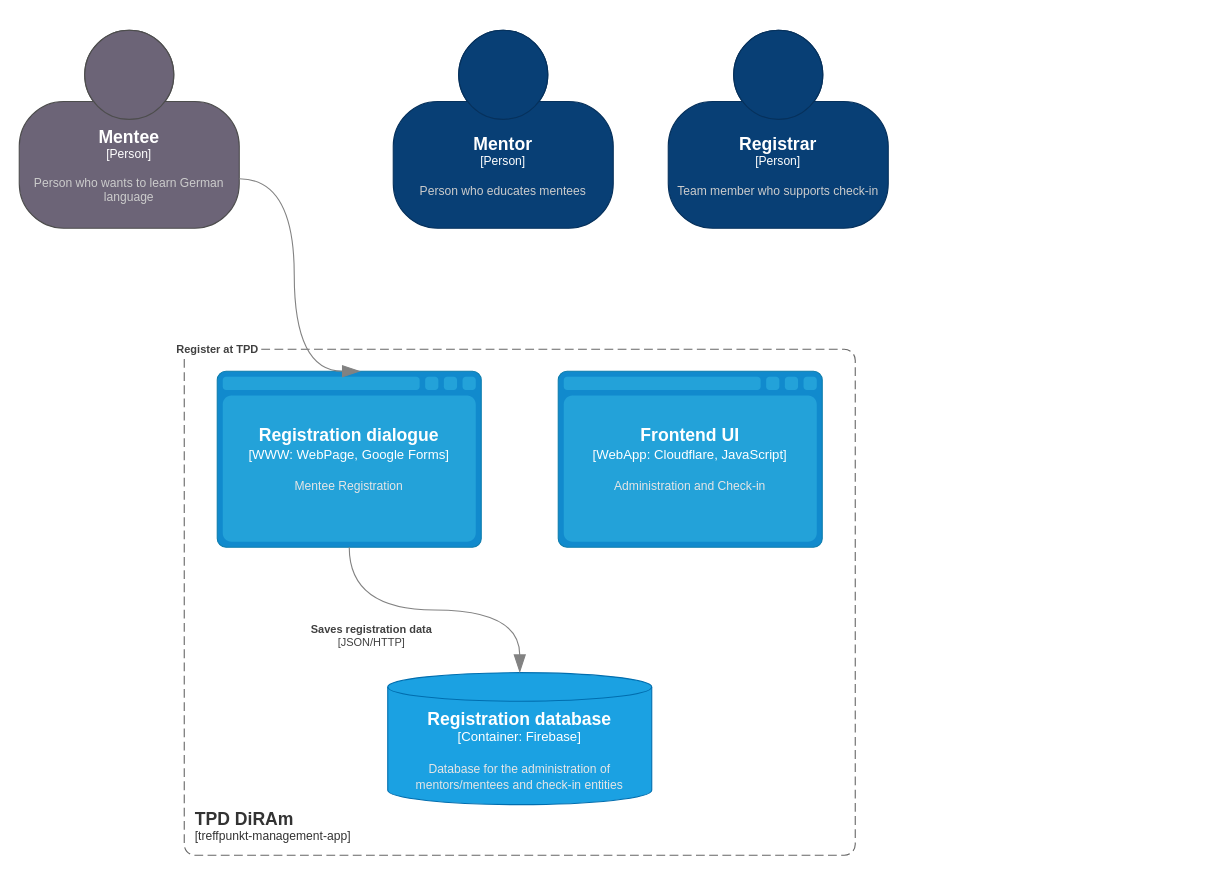
Above: TPD-DiRAm/architecture/top-level.drawio in Rajazzo/TPD (draw.io), before the change. Source tidied: cells renumbered, new cells numbered last; positions are measured from the earlier drawing's top-left corner, leaving out a move shared by most shapes. Both pictures are drawn from the tidied source at 110%, with x=0, y=0 at pixel (19, 30).
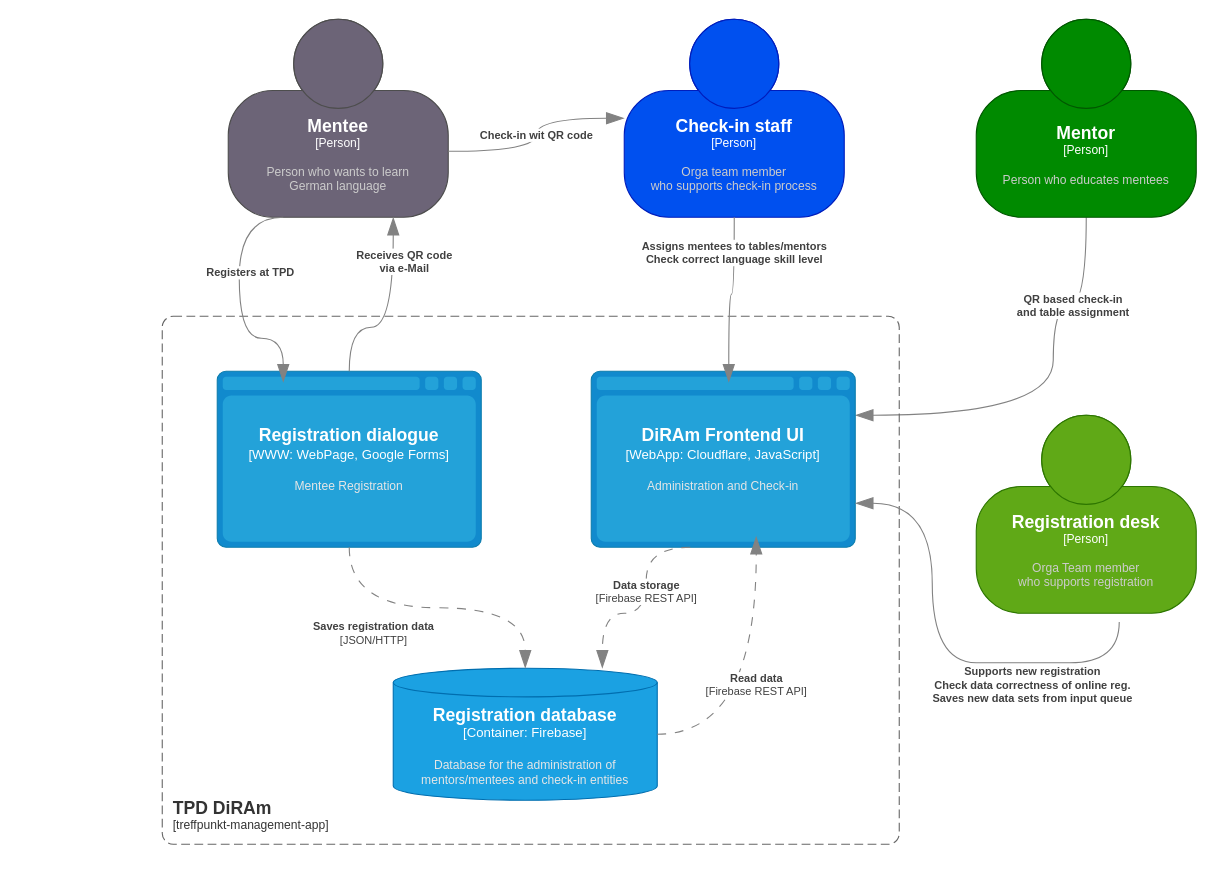
The same page after the edit.

Commit message:
top-level.drawio firstm draft

Unchanged cells that the change refers to:
```xml
<object id="8" label="&lt;font style=&quot;font-size: 16px&quot;&gt;&lt;b&gt;%c4Name%&lt;/b&gt;&lt;/font&gt;&lt;div&gt;[%c4Type%:&amp;nbsp;%c4Technology%]&lt;/div&gt;&lt;br&gt;&lt;div&gt;&lt;font style=&quot;font-size: 11px&quot;&gt;&lt;font color=&quot;#E6E6E6&quot;&gt;%c4Description%&lt;/font&gt;&lt;/div&gt;" c4Description="Mentee Registration" c4Name="Registration dialogue" c4Technology="WebPage, Google Forms" c4Type="WWW" placeholders="1">
  <mxCell style="shape=mxgraph.c4.webBrowserContainer2;whiteSpace=wrap;html=1;boundedLbl=1;rounded=0;labelBackgroundColor=none;strokeColor=#118ACD;fillColor=#23A2D9;strokeColor=#118ACD;strokeColor2=#0E7DAD;fontSize=12;fontColor=#ffffff;align=center;points=[[0.5,0,0],[1,0.25,0],[1,0.5,0],[1,0.75,0],[0.5,1,0],[0,0.75,0],[0,0.5,0],[0,0.25,0]];" parent="1" vertex="1">
    <mxGeometry x="180" y="310" width="240" height="160" as="geometry" />
  </mxCell>
</object>
```

The edit, as a diff of the source:
```diff
@@
+    <object id="11" label="&lt;div style=&quot;text-align: left&quot;&gt;&lt;div style=&quot;text-align: center&quot;&gt;&lt;b&gt;%c4Description%&lt;/b&gt;&lt;/div&gt;" c4Description="QR based check-in &#10;and table assignment" placeholders="1">
+      <mxCell style="endArrow=blockThin;html=1;fontSize=10;fontColor=#404040;strokeWidth=1;endFill=1;strokeColor=#828282;elbow=vertical;endSize=14;startSize=14;jumpStyle=arc;jumpSize=16;rounded=0;edgeStyle=orthogonalEdgeStyle;curved=1;entryX=1;entryY=0.25;entryDx=0;entryDy=0;entryPerimeter=0;exitX=0.5;exitY=1;exitDx=0;exitDy=0;exitPerimeter=0;" parent="1" edge="1" source="3" target="7">
+        <mxGeometry x="-0.53" relative="1" as="geometry">
+          <Array as="points">
+            <mxPoint x="940" y="250" />
+            <mxPoint x="940" y="350" />
+          </Array>
+        </mxGeometry>
+      </mxCell>
+    </object>
     <object id="2" label="&lt;font style=&quot;font-size: 16px&quot;&gt;&lt;b&gt;&lt;div style=&quot;text-align: left&quot;&gt;%c4Name%&lt;/div&gt;&lt;/b&gt;&lt;/font&gt;&lt;div style=&quot;text-align: left&quot;&gt;[%c4Application%]&lt;/div&gt;" c4Application="treffpunkt-management-app" c4Name="TPD DiRAm" placeholders="1">
       <mxCell style="rounded=1;fontSize=11;whiteSpace=wrap;html=1;dashed=1;arcSize=20;fillColor=none;strokeColor=#666666;fontColor=#333333;labelBackgroundColor=none;align=left;verticalAlign=bottom;labelBorderColor=none;spacingTop=0;spacing=10;dashPattern=8 4;perimeter=rectanglePerimeter;noLabel=0;labelPadding=0;absoluteArcSize=1;" parent="1" vertex="1">
-        <mxGeometry x="150" y="290" width="610" height="460" as="geometry" />
+        <mxGeometry x="130" y="260" width="670" height="480" as="geometry" />
       </mxCell>
     </object>
     <object id="3" label="&lt;font style=&quot;font-size: 16px&quot;&gt;&lt;b&gt;%c4Name%&lt;/b&gt;&lt;/font&gt;&lt;div&gt;[%c4Type%]&lt;/div&gt;&lt;br&gt;&lt;div&gt;&lt;font style=&quot;font-size: 11px&quot;&gt;&lt;font color=&quot;#cccccc&quot;&gt;%c4Description%&lt;/font&gt;&lt;/div&gt;" c4Description="Person who educates mentees" c4Name="Mentor" c4Type="Person" placeholders="1">
-      <mxCell style="html=1;fontSize=11;dashed=0;whiteSpace=wrap;fillColor=#083F75;strokeColor=#06315C;fontColor=#ffffff;shape=mxgraph.c4.person2;align=center;points=[[0.5,0,0],[1,0.5,0],[1,0.75,0],[0.75,1,0],[0.5,1,0],[0.25,1,0],[0,0.75,0],[0,0.5,0]];" parent="1" vertex="1">
-        <mxGeometry x="340" width="200" height="180" as="geometry" />
+      <mxCell style="html=1;fontSize=11;dashed=0;whiteSpace=wrap;fillColor=#008a00;strokeColor=#005700;fontColor=#ffffff;shape=mxgraph.c4.person2;align=center;points=[[0.5,0,0],[1,0.5,0],[1,0.75,0],[0.75,1,0],[0.5,1,0],[0.25,1,0],[0,0.75,0],[0,0.5,0]];" parent="1" vertex="1">
+        <mxGeometry x="870" y="-10" width="200" height="180" as="geometry" />
       </mxCell>
     </object>
-    <object id="4" label="&lt;font style=&quot;font-size: 16px&quot;&gt;&lt;b&gt;%c4Name%&lt;/b&gt;&lt;/font&gt;&lt;div&gt;[%c4Type%]&lt;/div&gt;&lt;br&gt;&lt;div&gt;&lt;font style=&quot;font-size: 11px&quot;&gt;&lt;font color=&quot;#cccccc&quot;&gt;%c4Description%&lt;/font&gt;&lt;/div&gt;" c4Description="Person who wants to learn German language" c4Name="Mentee" c4Type="Person" placeholders="1">
+    <object id="4" label="&lt;font style=&quot;font-size: 16px&quot;&gt;&lt;b&gt;%c4Name%&lt;/b&gt;&lt;/font&gt;&lt;div&gt;[%c4Type%]&lt;/div&gt;&lt;br&gt;&lt;div&gt;&lt;font style=&quot;font-size: 11px&quot;&gt;&lt;font color=&quot;#cccccc&quot;&gt;%c4Description%&lt;/font&gt;&lt;/div&gt;" c4Description="Person who wants to learn &#10;German language" c4Name="Mentee" c4Type="Person" placeholders="1">
       <mxCell style="html=1;fontSize=11;dashed=0;whiteSpace=wrap;fillColor=#6C6477;strokeColor=#4D4D4D;fontColor=#ffffff;shape=mxgraph.c4.person2;align=center;points=[[0.5,0,0],[1,0.5,0],[1,0.75,0],[0.75,1,0],[0.5,1,0],[0.25,1,0],[0,0.75,0],[0,0.5,0]];" parent="1" vertex="1">
-        <mxGeometry width="200" height="180" as="geometry" />
+        <mxGeometry x="190" y="-10" width="200" height="180" as="geometry" />
       </mxCell>
     </object>
-    <object id="5" label="&lt;font style=&quot;font-size: 16px&quot;&gt;&lt;b&gt;%c4Name%&lt;/b&gt;&lt;/font&gt;&lt;div&gt;[%c4Type%]&lt;/div&gt;&lt;br&gt;&lt;div&gt;&lt;font style=&quot;font-size: 11px&quot;&gt;&lt;font color=&quot;#cccccc&quot;&gt;%c4Description%&lt;/font&gt;&lt;/div&gt;" c4Description="Team member who supports check-in" c4Name="Registrar" c4Type="Person" placeholders="1">
-      <mxCell style="html=1;fontSize=11;dashed=0;whiteSpace=wrap;fillColor=#083F75;strokeColor=#06315C;fontColor=#ffffff;shape=mxgraph.c4.person2;align=center;" parent="1" vertex="1">
-        <mxGeometry x="590" width="200" height="180" as="geometry" />
+    <object id="5" label="&lt;font style=&quot;font-size: 16px&quot;&gt;&lt;b&gt;%c4Name%&lt;/b&gt;&lt;/font&gt;&lt;div&gt;[%c4Type%]&lt;/div&gt;&lt;br&gt;&lt;div&gt;&lt;font style=&quot;font-size: 11px&quot;&gt;&lt;font color=&quot;#cccccc&quot;&gt;%c4Description%&lt;/font&gt;&lt;/div&gt;" c4Description="Orga Team member &#10;who supports registration" c4Name="Registration desk" c4Type="Person" placeholders="1">
+      <mxCell style="html=1;fontSize=11;dashed=0;whiteSpace=wrap;fillColor=#60a917;strokeColor=#2D7600;fontColor=#ffffff;shape=mxgraph.c4.person2;align=center;" parent="1" vertex="1">
+        <mxGeometry x="870" y="350" width="200" height="180" as="geometry" />
       </mxCell>
     </object>
     <object id="6" label="&lt;font style=&quot;font-size: 16px&quot;&gt;&lt;b&gt;%c4Name%&lt;/b&gt;&lt;/font&gt;&lt;div&gt;[%c4Type%:&amp;nbsp;%c4Technology%]&lt;/div&gt;&lt;br&gt;&lt;div&gt;&lt;font style=&quot;font-size: 11px&quot;&gt;&lt;font color=&quot;#E6E6E6&quot;&gt;%c4Description%&lt;/font&gt;&lt;/div&gt;" c4Description="Database for the administration of mentors/mentees and check-in entities " c4Name="Registration database" c4Technology="Firebase" c4Type="Container" placeholders="1">
       <mxCell style="shape=cylinder3;size=12.999999999999886;whiteSpace=wrap;html=1;boundedLbl=1;rounded=0;labelBackgroundColor=none;fillColor=#1ba1e2;fontSize=12;align=center;strokeColor=#006EAF;points=[[0.5,0,0],[1,0.25,0],[1,0.5,0],[1,0.75,0],[0.5,1,0],[0,0.75,0],[0,0.5,0],[0,0.25,0]];direction=east;fontColor=#ffffff;" parent="1" vertex="1">
-        <mxGeometry x="335" y="584" width="240" height="120" as="geometry" />
+        <mxGeometry x="340" y="580" width="240" height="120" as="geometry" />
       </mxCell>
     </object>
-    <object id="7" label="&lt;font style=&quot;font-size: 16px&quot;&gt;&lt;b&gt;%c4Name%&lt;/b&gt;&lt;/font&gt;&lt;div&gt;[%c4Type%:&amp;nbsp;%c4Technology%]&lt;/div&gt;&lt;br&gt;&lt;div&gt;&lt;font style=&quot;font-size: 11px&quot;&gt;&lt;font color=&quot;#E6E6E6&quot;&gt;%c4Description%&lt;/font&gt;&lt;/div&gt;" c4Description="Administration and Check-in " c4Name="Frontend UI" c4Technology="Cloudflare, JavaScript" c4Type="WebApp" placeholders="1">
-      <mxCell style="shape=mxgraph.c4.webBrowserContainer2;whiteSpace=wrap;html=1;boundedLbl=1;rounded=0;labelBackgroundColor=none;strokeColor=#118ACD;fillColor=#23A2D9;strokeColor=#118ACD;strokeColor2=#0E7DAD;fontSize=12;fontColor=#ffffff;align=center;points=[[0.5,0,0],[1,0.25,0],[1,0.5,0],[1,0.75,0],[0.5,1,0],[0,0.75,0],[0,0.5,0],[0,0.25,0]];" parent="1" vertex="1">
-        <mxGeometry x="490" y="310" width="240" height="160" as="geometry" />
+    <object id="7" label="&lt;font style=&quot;font-size: 16px&quot;&gt;&lt;b&gt;%c4Name%&lt;/b&gt;&lt;/font&gt;&lt;div&gt;[%c4Type%:&amp;nbsp;%c4Technology%]&lt;/div&gt;&lt;br&gt;&lt;div&gt;&lt;font style=&quot;font-size: 11px&quot;&gt;&lt;font color=&quot;#E6E6E6&quot;&gt;%c4Description%&lt;/font&gt;&lt;/div&gt;" c4Description="Administration and Check-in " c4Name="DiRAm Frontend UI" c4Technology="Cloudflare, JavaScript" c4Type="WebApp" placeholders="1">
+      <mxCell style="shape=mxgraph.c4.webBrowserContainer2;whiteSpace=wrap;html=1;boundedLbl=1;rounded=0;labelBackgroundColor=none;strokeColor=#118ACD;fillColor=#23A2D9;strokeColor=#118ACD;strokeColor2=#0E7DAD;fontSize=12;fontColor=#ffffff;align=center;points=[[0.5,0,0],[1,0.25,0],[1,0.5,0],[1,0.75,0],[0.5,1,0],[0,0.75,0],[0,0.5,0],[0,0.25,0]];direction=east;" parent="1" vertex="1">
+        <mxGeometry x="520" y="310" width="240" height="160" as="geometry" />
       </mxCell>
     </object>
@@
     <object id="9" label="&lt;div style=&quot;text-align: left&quot;&gt;&lt;div style=&quot;text-align: center&quot;&gt;&lt;b&gt;%c4Description%&lt;/b&gt;&lt;/div&gt;&lt;div style=&quot;text-align: center&quot;&gt;[%c4Technology%]&lt;/div&gt;&lt;/div&gt;" c4Description="Saves registration data" c4Technology="JSON/HTTP" placeholders="1">
-      <mxCell style="endArrow=blockThin;html=1;fontSize=10;fontColor=#404040;strokeWidth=1;endFill=1;strokeColor=#828282;elbow=vertical;endSize=14;startSize=14;jumpStyle=arc;jumpSize=16;rounded=0;edgeStyle=orthogonalEdgeStyle;curved=1;entryX=0.5;entryY=0;entryDx=0;entryDy=0;entryPerimeter=0;exitX=0.5;exitY=1;exitDx=0;exitDy=0;exitPerimeter=0;" parent="1" edge="1" source="8" target="6">
+      <mxCell style="endArrow=blockThin;html=1;fontSize=10;fontColor=#404040;strokeWidth=1;endFill=1;strokeColor=#828282;elbow=vertical;endSize=14;startSize=14;jumpStyle=arc;jumpSize=16;rounded=0;edgeStyle=orthogonalEdgeStyle;curved=1;entryX=0.5;entryY=0;entryDx=0;entryDy=0;entryPerimeter=0;exitX=0.5;exitY=1;exitDx=0;exitDy=0;exitPerimeter=0;dashed=1;dashPattern=8 8;" parent="1" edge="1" source="8" target="6">
         <mxGeometry x="-0.43" y="-23" relative="1" as="geometry" />
       </mxCell>
     </object>
-    <object id="10" label="&lt;div style=&quot;text-align: left&quot;&gt;&lt;div style=&quot;text-align: center&quot;&gt;&lt;b&gt;%c4Description%&lt;/b&gt;&lt;/div&gt;" c4Description="Register at TPD" placeholders="1">
-      <mxCell style="endArrow=blockThin;html=1;fontSize=10;fontColor=#404040;strokeWidth=1;endFill=1;strokeColor=#828282;elbow=vertical;endSize=14;startSize=14;jumpStyle=arc;jumpSize=16;rounded=0;edgeStyle=orthogonalEdgeStyle;curved=1;exitX=1;exitY=0.75;exitDx=0;exitDy=0;exitPerimeter=0;" parent="1" edge="1" source="4">
-        <mxGeometry x="0.44" y="-70" relative="1" as="geometry">
-          <mxPoint x="310" y="310" as="targetPoint" />
-          <Array as="points">
-            <mxPoint x="250" y="135" />
-            <mxPoint x="250" y="310" />
-          </Array>
-        </mxGeometry>
-      </mxCell>
-    </object>
+    <object id="12" label="&lt;div style=&quot;text-align: left&quot;&gt;&lt;div style=&quot;text-align: center&quot;&gt;&lt;b&gt;%c4Description%&lt;/b&gt;&lt;/div&gt;" c4Description="Registers at TPD" placeholders="1">
+      <mxCell style="endArrow=blockThin;html=1;fontSize=10;fontColor=#404040;strokeWidth=1;endFill=1;strokeColor=#828282;elbow=vertical;endSize=14;startSize=14;jumpStyle=arc;jumpSize=16;rounded=0;edgeStyle=orthogonalEdgeStyle;curved=1;entryX=0.25;entryY=0.063;entryDx=0;entryDy=0;entryPerimeter=0;exitX=0.25;exitY=1;exitDx=0;exitDy=0;exitPerimeter=0;" parent="1" edge="1" source="4" target="8">
+        <mxGeometry x="-0.22" y="10" relative="1" as="geometry">
+          <Array as="points">
+            <mxPoint x="200" y="170" />
+            <mxPoint x="200" y="280" />
+            <mxPoint x="240" y="280" />
+          </Array>
+        </mxGeometry>
+      </mxCell>
+    </object>
+    <object id="13" label="&lt;div style=&quot;text-align: left&quot;&gt;&lt;div style=&quot;text-align: center&quot;&gt;&lt;b&gt;%c4Description%&lt;/b&gt;&lt;/div&gt;&lt;div style=&quot;text-align: center&quot;&gt;[%c4Technology%]&lt;/div&gt;&lt;/div&gt;" c4Description="Data storage" c4Technology="Firebase REST API" placeholders="1">
+      <mxCell style="endArrow=blockThin;html=1;fontSize=10;fontColor=#404040;strokeWidth=1;endFill=1;strokeColor=#828282;elbow=vertical;endSize=14;startSize=14;jumpStyle=arc;jumpSize=16;rounded=0;edgeStyle=orthogonalEdgeStyle;curved=1;exitX=0.375;exitY=1;exitDx=0;exitDy=0;exitPerimeter=0;entryX=0.792;entryY=0;entryDx=0;entryDy=0;entryPerimeter=0;dashed=1;dashPattern=8 8;" parent="1" edge="1" source="7" target="6">
+        <mxGeometry x="-0.16" relative="1" as="geometry">
+          <Array as="points">
+            <mxPoint x="570" y="470" />
+            <mxPoint x="570" y="530" />
+            <mxPoint x="530" y="530" />
+          </Array>
+        </mxGeometry>
+      </mxCell>
+    </object>
+    <object id="14" label="&lt;div style=&quot;text-align: left&quot;&gt;&lt;div style=&quot;text-align: center&quot;&gt;&lt;b&gt;%c4Description%&lt;/b&gt;&lt;/div&gt;" c4Description="Supports new registration&#10;Check data correctness of online reg.&#10;Saves new data sets from input queue" placeholders="1">
+      <mxCell style="endArrow=blockThin;html=1;fontSize=10;fontColor=#404040;strokeWidth=1;endFill=1;strokeColor=#828282;elbow=vertical;endSize=14;startSize=14;jumpStyle=arc;jumpSize=16;rounded=0;edgeStyle=orthogonalEdgeStyle;curved=1;exitX=0.5;exitY=1;exitDx=0;exitDy=0;exitPerimeter=0;entryX=1;entryY=0.75;entryDx=0;entryDy=0;entryPerimeter=0;" parent="1" edge="1" target="7">
+        <mxGeometry x="-0.45" y="20" relative="1" as="geometry">
+          <mxPoint x="1000" y="537.9" as="sourcePoint" />
+          <Array as="points">
+            <mxPoint x="1000" y="575" />
+            <mxPoint x="910" y="575" />
+            <mxPoint x="910" y="575" />
+            <mxPoint x="830" y="575" />
+            <mxPoint x="830" y="430" />
+          </Array>
+        </mxGeometry>
+      </mxCell>
+    </object>
+    <object id="15" label="&lt;font style=&quot;font-size: 16px&quot;&gt;&lt;b&gt;%c4Name%&lt;/b&gt;&lt;/font&gt;&lt;div&gt;[%c4Type%]&lt;/div&gt;&lt;br&gt;&lt;div&gt;&lt;font style=&quot;font-size: 11px&quot;&gt;&lt;font color=&quot;#cccccc&quot;&gt;%c4Description%&lt;/font&gt;&lt;/div&gt;" c4Description="Orga team member &#10;who supports check-in process" c4Name="Check-in staff" c4Type="Person" placeholders="1">
+      <mxCell style="html=1;fontSize=11;dashed=0;whiteSpace=wrap;shape=mxgraph.c4.person2;align=center;points=[[0.5,0,0],[1,0.5,0],[1,0.75,0],[0.75,1,0],[0.5,1,0],[0.25,1,0],[0,0.75,0],[0,0.5,0]];fillColor=#0050ef;strokeColor=#001DBC;fontColor=#ffffff;" parent="1" vertex="1">
+        <mxGeometry x="550" y="-10" width="200" height="180" as="geometry" />
+      </mxCell>
+    </object>
+    <object id="16" label="&lt;div style=&quot;text-align: left&quot;&gt;&lt;div style=&quot;text-align: center&quot;&gt;&lt;b&gt;%c4Description%&lt;/b&gt;&lt;/div&gt;" c4Description="Assigns mentees to tables/mentors&#10;Check correct language skill level" placeholders="1">
+      <mxCell style="endArrow=blockThin;html=1;fontSize=10;fontColor=#404040;strokeWidth=1;endFill=1;strokeColor=#828282;elbow=vertical;endSize=14;startSize=14;jumpStyle=arc;jumpSize=16;rounded=0;edgeStyle=orthogonalEdgeStyle;curved=1;exitX=0.5;exitY=1;exitDx=0;exitDy=0;exitPerimeter=0;entryX=0.521;entryY=0.063;entryDx=0;entryDy=0;entryPerimeter=0;" parent="1" edge="1" source="15" target="7">
+        <mxGeometry x="-0.59" relative="1" as="geometry" />
+      </mxCell>
+    </object>
+    <object id="17" label="&lt;div style=&quot;text-align: left&quot;&gt;&lt;div style=&quot;text-align: center&quot;&gt;&lt;b&gt;%c4Description%&lt;/b&gt;&lt;/div&gt;" c4Description="Check-in wit QR code" placeholders="1">
+      <mxCell style="endArrow=blockThin;html=1;fontSize=10;fontColor=#404040;strokeWidth=1;endFill=1;strokeColor=#828282;elbow=vertical;endSize=14;startSize=14;jumpStyle=arc;jumpSize=16;rounded=0;edgeStyle=orthogonalEdgeStyle;curved=1;exitX=1;exitY=0.667;exitDx=0;exitDy=0;exitPerimeter=0;" parent="1" edge="1" source="4" target="15">
+        <mxGeometry relative="1" as="geometry" />
+      </mxCell>
+    </object>
+    <object id="18" label="&lt;div style=&quot;text-align: left&quot;&gt;&lt;div style=&quot;text-align: center&quot;&gt;&lt;b&gt;%c4Description%&lt;/b&gt;&lt;/div&gt;" c4Description="Receives QR code&#10;via e-Mail" placeholders="1">
+      <mxCell style="endArrow=blockThin;html=1;fontSize=10;fontColor=#404040;strokeWidth=1;endFill=1;strokeColor=#828282;elbow=vertical;endSize=14;startSize=14;jumpStyle=arc;jumpSize=16;rounded=0;edgeStyle=orthogonalEdgeStyle;curved=1;exitX=0.5;exitY=0;exitDx=0;exitDy=0;exitPerimeter=0;" parent="1" edge="1" source="8">
+        <mxGeometry x="0.56" y="-10" relative="1" as="geometry">
+          <mxPoint x="340" y="170" as="targetPoint" />
+          <Array as="points">
+            <mxPoint x="300" y="270" />
+            <mxPoint x="340" y="270" />
+          </Array>
+        </mxGeometry>
+      </mxCell>
+    </object>
+    <object id="19" label="&lt;div style=&quot;text-align: left&quot;&gt;&lt;div style=&quot;text-align: center&quot;&gt;&lt;b&gt;%c4Description%&lt;/b&gt;&lt;/div&gt;&lt;div style=&quot;text-align: center&quot;&gt;[%c4Technology%]&lt;/div&gt;&lt;/div&gt;" c4Description="Read data " c4Technology="Firebase REST API" placeholders="1">
+      <mxCell style="endArrow=blockThin;html=1;fontSize=10;fontColor=#404040;strokeWidth=1;endFill=1;strokeColor=#828282;elbow=vertical;endSize=14;startSize=14;jumpStyle=arc;jumpSize=16;rounded=0;edgeStyle=orthogonalEdgeStyle;curved=1;exitX=1;exitY=0.5;exitDx=0;exitDy=0;exitPerimeter=0;entryX=0.625;entryY=0.938;entryDx=0;entryDy=0;entryPerimeter=0;dashed=1;dashPattern=8 8;" parent="1" edge="1" source="6" target="7">
+        <mxGeometry relative="1" as="geometry" />
+      </mxCell>
+    </object>
```
